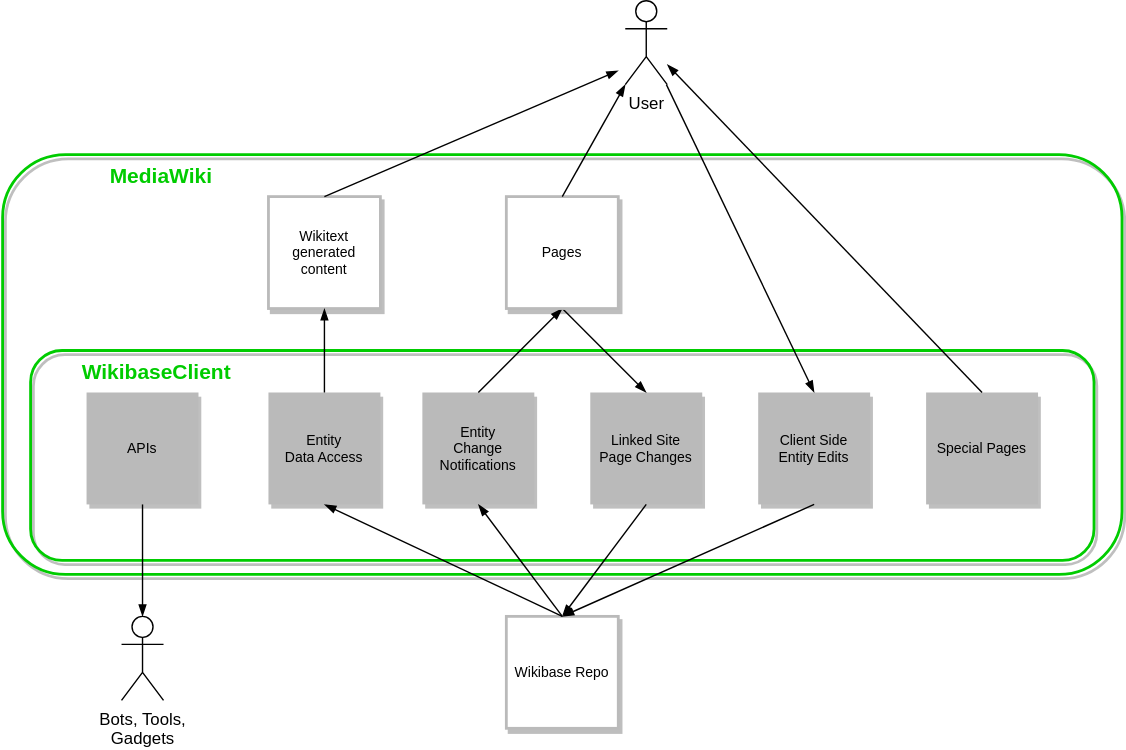
Above: systems/WikibaseClient/diagrams/05-building-blocks.drawio.svg in wmde/wikidata-wikibase-architecture (draw.io), before the change. Source tidied: cells renumbered, new cells last; positions are measured from the earlier drawing's top-left corner, leaving out a move shared by most shapes.
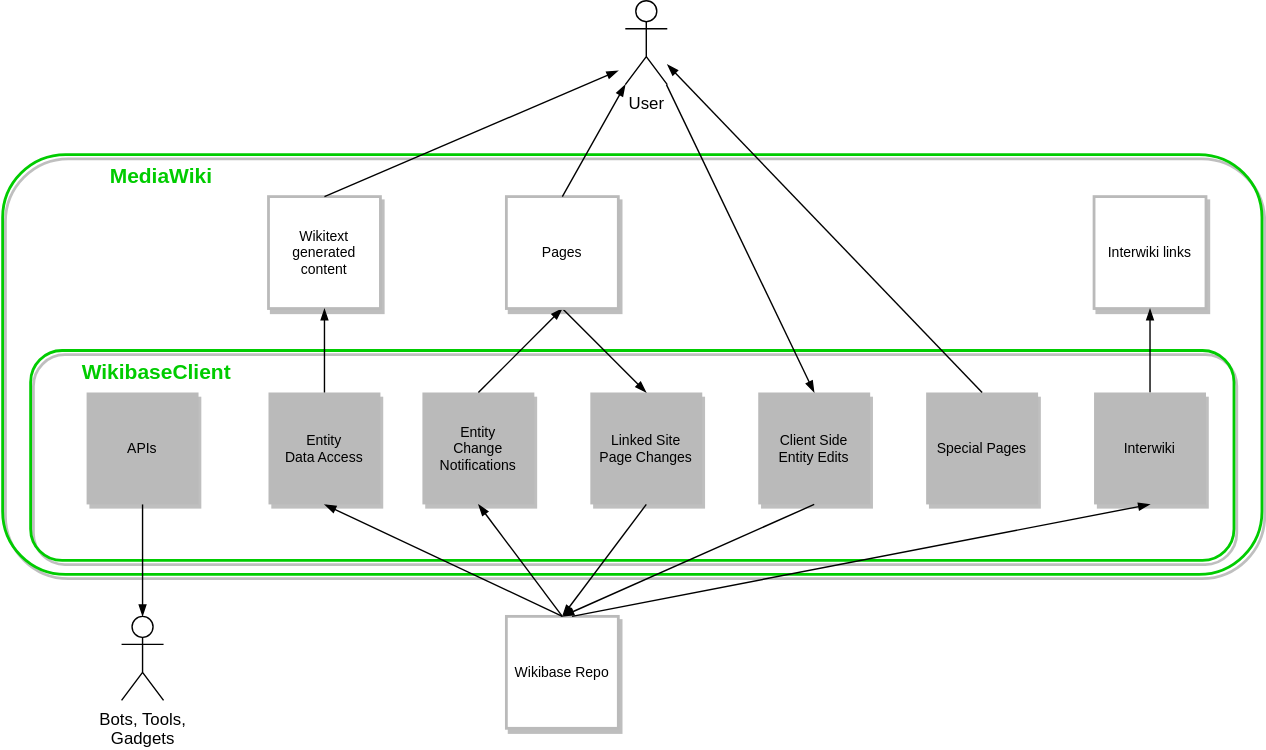
After the change.

Commit message:
Add maint script to new Interwiki building block

This introduces a new "Interwiki" building block to the Client's
Overview diagram and adds a maintenance script to the corresponding
subsection.

The Interwiki building block is expected to be completed later.

Bug: T272972

What changed in the source:
```diff
@@ -3,10 +3,10 @@
     <mxCell id="0" />
     <mxCell id="1" parent="0" />
     <mxCell id="2" value="MediaWiki" style="rounded=1;shadow=1;fontSize=15;fillColor=none;strokeColor=#00CC00;strokeWidth=2;fontColor=#00CC00;fontStyle=1;labelBorderColor=none;labelBackgroundColor=none;horizontal=1;verticalAlign=top;spacingRight=0;spacingLeft=75;align=left;" parent="1" vertex="1">
-      <mxGeometry y="110" width="800" height="300" as="geometry" />
+      <mxGeometry y="110" width="900" height="300" as="geometry" />
     </mxCell>
     <mxCell id="3" value="WikibaseClient" style="rounded=1;shadow=1;fontSize=15;fillColor=none;strokeColor=#00CC00;strokeWidth=2;fontColor=#00CC00;fontStyle=1;labelBorderColor=none;labelBackgroundColor=none;horizontal=1;verticalAlign=top;spacingRight=0;spacingLeft=35;align=left;" parent="1" vertex="1">
-      <mxGeometry x="20" y="250" width="760" height="150" as="geometry" />
+      <mxGeometry x="20" y="250" width="860" height="150" as="geometry" />
     </mxCell>
     <mxCell id="4" value="Client Side&#10;Entity Edits" style="rounded=0;shadow=1;fontSize=10;fontColor=#000000;strokeColor=none;direction=east;fillColor=#BABABA;" parent="1" vertex="1">
       <mxGeometry x="540" y="280" width="80" height="80" as="geometry" />
@@ -79,5 +79,17 @@
     <mxCell id="26" style="endArrow=none;html=1;strokeColor=#000000;fontSize=10;fontColor=#000000;strokeWidth=1;endFill=0;entryX=0;entryY=0.5;entryDx=0;entryDy=0;startArrow=blockThin;startFill=1;exitX=0;exitY=1;exitDx=0;exitDy=0;exitPerimeter=0;" parent="1" edge="1" source="19" target="25">
       <mxGeometry x="100" y="120" as="geometry" />
     </mxCell>
+    <mxCell id="27" value="Interwiki links" style="rounded=0;shadow=1;fontSize=10;fontColor=#000000;direction=south;fillColor=#FFFFFF;strokeWidth=2;strokeColor=#BABABA;" parent="1" vertex="1">
+      <mxGeometry x="780" y="140" width="80" height="80" as="geometry" />
+    </mxCell>
+    <mxCell id="28" style="endArrow=blockThin;html=1;strokeColor=#000000;fontSize=10;fontColor=#000000;strokeWidth=1;endFill=1;entryX=1;entryY=0.5;entryDx=0;entryDy=0;exitX=0.5;exitY=1;exitDx=0;exitDy=0;startArrow=none;startFill=0;" parent="1" edge="1" source="29" target="27">
+      <mxGeometry x="470" y="130" as="geometry" />
+    </mxCell>
+    <mxCell id="29" value="Interwiki" style="rounded=0;shadow=1;fontSize=10;fontColor=#000000;strokeColor=none;direction=west;fillColor=#BABABA;" parent="1" vertex="1">
+      <mxGeometry x="780" y="280" width="80" height="80" as="geometry" />
+    </mxCell>
+    <mxCell id="30" style="endArrow=blockThin;html=1;strokeColor=#000000;fontSize=10;fontColor=#000000;strokeWidth=1;endFill=1;entryX=0.5;entryY=0;entryDx=0;entryDy=0;exitX=0.413;exitY=1;exitDx=0;exitDy=0;exitPerimeter=0;" parent="1" edge="1" source="7" target="29">
+      <mxGeometry x="350" y="60" as="geometry" />
+    </mxCell>
   </root>
 </mxGraphModel>
```
